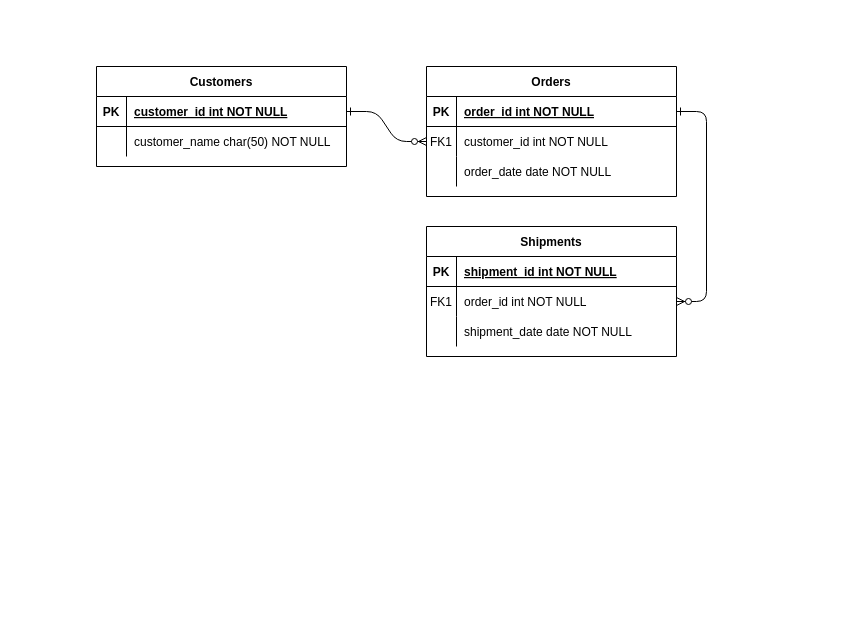
Above: Untitled Diagram.drawio in yanleitao/demo (draw.io), before the change. Source tidied: cells renumbered, new cells numbered last; positions are measured from the earlier drawing's top-left corner, leaving out a move shared by most shapes. Both pictures are drawn from the tidied source at 100%, with x=0, y=0 at pixel (96, 66).
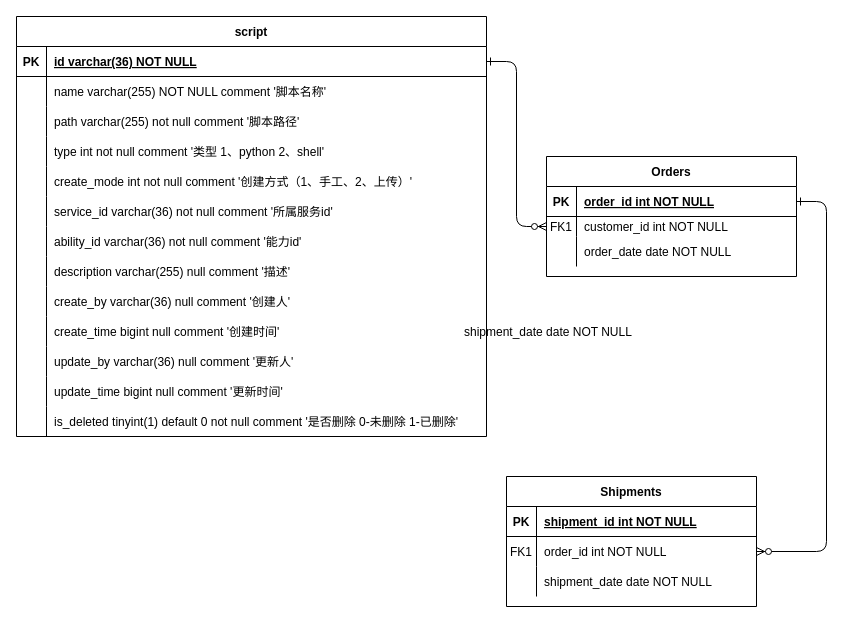
After the change.

Commit message:
脚本管理ER图

What changed in the source:
```diff
@@
     <mxCell id="4" value="Orders" style="shape=table;startSize=30;childLayout=tableLayout;rowLines=0;fontStyle=1;align=center;" parent="1" vertex="1">
-      <mxGeometry x="330" width="250" height="130" as="geometry" />
+      <mxGeometry x="450" y="90" width="250" height="120" as="geometry" />
     </mxCell>
@@
     <mxCell id="8" style="shape=partialRectangle;fillColor=none;points=[[0,0.5],[1,0.5]];portConstraint=eastwest;top=0;left=0;right=0;bottom=0;" parent="4" vertex="1">
-      <mxGeometry y="60" width="250" height="30" as="geometry" />
+      <mxGeometry y="60" width="250" height="20" as="geometry" />
     </mxCell>
     <mxCell id="9" value="FK1" style="shape=partialRectangle;overflow=hidden;fillColor=none;top=0;left=0;bottom=0;right=0;" parent="8" vertex="1">
-      <mxGeometry width="30" height="30" as="geometry" />
+      <mxGeometry width="30" height="20" as="geometry" />
     </mxCell>
     <mxCell id="10" value="customer_id int NOT NULL" style="shape=partialRectangle;overflow=hidden;fillColor=none;top=0;left=0;bottom=0;right=0;align=left;spacingLeft=6;" parent="8" vertex="1">
-      <mxGeometry x="30" width="220" height="30" as="geometry" />
+      <mxGeometry x="30" width="220" height="20" as="geometry" />
     </mxCell>
     <mxCell id="11" style="shape=partialRectangle;fillColor=none;top=0;left=0;right=0;bottom=0;" parent="4" vertex="1">
-      <mxGeometry y="90" width="250" height="30" as="geometry" />
+      <mxGeometry y="80" width="250" height="30" as="geometry" />
     </mxCell>
@@
     <mxCell id="14" value="Shipments" style="shape=table;startSize=30;childLayout=tableLayout;rowLines=0;fontStyle=1;align=center;" parent="1" vertex="1">
-      <mxGeometry x="330" y="160" width="250" height="130" as="geometry" />
+      <mxGeometry x="410" y="410" width="250" height="130" as="geometry" />
     </mxCell>
@@
-    <mxCell id="24" value="Customers" style="shape=table;startSize=30;childLayout=tableLayout;rowLines=0;fontStyle=1;align=center;" parent="1" vertex="1">
-      <mxGeometry width="250" height="100" as="geometry" />
+    <mxCell id="24" value="script" style="shape=table;startSize=30;childLayout=tableLayout;rowLines=0;fontStyle=1;align=center;" parent="1" vertex="1">
+      <mxGeometry x="-80" y="-50" width="470" height="420" as="geometry" />
     </mxCell>
     <mxCell id="25" style="shape=partialRectangle;fillColor=none;points=[[0,0.5],[1,0.5]];portConstraint=eastwest;top=0;left=0;right=0;bottom=1;" parent="24" vertex="1">
-      <mxGeometry y="30" width="250" height="30" as="geometry" />
+      <mxGeometry y="30" width="470" height="30" as="geometry" />
     </mxCell>
@@
-    <mxCell id="27" value="customer_id int NOT NULL " style="shape=partialRectangle;overflow=hidden;fillColor=none;top=0;left=0;bottom=0;right=0;align=left;spacingLeft=6;fontStyle=5;" parent="25" vertex="1">
-      <mxGeometry x="30" width="220" height="30" as="geometry" />
+    <mxCell id="27" value="id varchar(36) NOT NULL " style="shape=partialRectangle;overflow=hidden;fillColor=none;top=0;left=0;bottom=0;right=0;align=left;spacingLeft=6;fontStyle=5;" parent="25" vertex="1">
+      <mxGeometry x="30" width="440" height="30" as="geometry" />
     </mxCell>
     <mxCell id="28" style="shape=partialRectangle;fillColor=none;top=0;left=0;right=0;bottom=0;" parent="24" vertex="1">
-      <mxGeometry y="60" width="250" height="30" as="geometry" />
+      <mxGeometry y="60" width="470" height="30" as="geometry" />
     </mxCell>
@@
-    <mxCell id="30" value="customer_name char(50) NOT NULL" style="shape=partialRectangle;overflow=hidden;fillColor=none;top=0;left=0;bottom=0;right=0;align=left;spacingLeft=6;" parent="28" vertex="1">
-      <mxGeometry x="30" width="220" height="30" as="geometry" />
+    <mxCell id="30" value="name varchar(255) NOT NULL comment '脚本名称'" style="shape=partialRectangle;overflow=hidden;fillColor=none;top=0;left=0;bottom=0;right=0;align=left;spacingLeft=6;" parent="28" vertex="1">
+      <mxGeometry x="30" width="440" height="30" as="geometry" />
     </mxCell>
+    <mxCell id="31" style="shape=tableRow;horizontal=0;startSize=0;swimlaneHead=0;swimlaneBody=0;fillColor=none;top=0;left=0;right=0;bottom=0;" parent="24" vertex="1">
+      <mxGeometry y="90" width="470" height="30" as="geometry" />
+    </mxCell>
+    <mxCell id="32" style="shape=partialRectangle;fillColor=none;top=0;left=0;bottom=0;right=0;overflow=hidden;" parent="31" vertex="1">
+      <mxGeometry width="30" height="30" as="geometry" />
+    </mxCell>
+    <mxCell id="33" value="path        varchar(255)         not null comment '脚本路径'" style="shape=partialRectangle;fillColor=none;top=0;left=0;bottom=0;right=0;align=left;spacingLeft=6;overflow=hidden;" parent="31" vertex="1">
+      <mxGeometry x="30" width="440" height="30" as="geometry" />
+    </mxCell>
+    <mxCell id="34" style="shape=tableRow;horizontal=0;startSize=0;swimlaneHead=0;swimlaneBody=0;fillColor=none;top=0;left=0;right=0;bottom=0;" parent="24" vertex="1">
+      <mxGeometry y="120" width="470" height="30" as="geometry" />
+    </mxCell>
+    <mxCell id="35" style="shape=partialRectangle;fillColor=none;top=0;left=0;bottom=0;right=0;overflow=hidden;" parent="34" vertex="1">
+      <mxGeometry width="30" height="30" as="geometry" />
+    </mxCell>
+    <mxCell id="36" value="type        int                  not null comment '类型 1、python 2、shell'" style="shape=partialRectangle;fillColor=none;top=0;left=0;bottom=0;right=0;align=left;spacingLeft=6;overflow=hidden;" parent="34" vertex="1">
+      <mxGeometry x="30" width="440" height="30" as="geometry" />
+    </mxCell>
+    <mxCell id="37" style="shape=tableRow;horizontal=0;startSize=0;swimlaneHead=0;swimlaneBody=0;fillColor=none;top=0;left=0;right=0;bottom=0;" parent="24" vertex="1">
+      <mxGeometry y="150" width="470" height="30" as="geometry" />
+    </mxCell>
+    <mxCell id="38" style="shape=partialRectangle;fillColor=none;top=0;left=0;bottom=0;right=0;overflow=hidden;" parent="37" vertex="1">
+      <mxGeometry width="30" height="30" as="geometry" />
+    </mxCell>
+    <mxCell id="39" value="create_mode int                  not null comment '创建方式（1、手工、2、上传）'" style="shape=partialRectangle;fillColor=none;top=0;left=0;bottom=0;right=0;align=left;spacingLeft=6;overflow=hidden;" parent="37" vertex="1">
+      <mxGeometry x="30" width="440" height="30" as="geometry" />
+    </mxCell>
+    <mxCell id="40" style="shape=tableRow;horizontal=0;startSize=0;swimlaneHead=0;swimlaneBody=0;fillColor=none;top=0;left=0;right=0;bottom=0;" parent="24" vertex="1">
+      <mxGeometry y="180" width="470" height="30" as="geometry" />
+    </mxCell>
+    <mxCell id="41" style="shape=partialRectangle;fillColor=none;top=0;left=0;bottom=0;right=0;overflow=hidden;" parent="40" vertex="1">
+      <mxGeometry width="30" height="30" as="geometry" />
+    </mxCell>
+    <mxCell id="42" value="service_id  varchar(36)          not null comment '所属服务id'" style="shape=partialRectangle;fillColor=none;top=0;left=0;bottom=0;right=0;align=left;spacingLeft=6;overflow=hidden;" parent="40" vertex="1">
+      <mxGeometry x="30" width="440" height="30" as="geometry" />
+    </mxCell>
+    <mxCell id="43" style="shape=tableRow;horizontal=0;startSize=0;swimlaneHead=0;swimlaneBody=0;fillColor=none;top=0;left=0;right=0;bottom=0;" parent="24" vertex="1">
+      <mxGeometry y="210" width="470" height="30" as="geometry" />
+    </mxCell>
+    <mxCell id="44" style="shape=partialRectangle;fillColor=none;top=0;left=0;bottom=0;right=0;overflow=hidden;" parent="43" vertex="1">
+      <mxGeometry width="30" height="30" as="geometry" />
+    </mxCell>
+    <mxCell id="45" value="ability_id  varchar(36)          not null comment '能力id'" style="shape=partialRectangle;fillColor=none;top=0;left=0;bottom=0;right=0;align=left;spacingLeft=6;overflow=hidden;" parent="43" vertex="1">
+      <mxGeometry x="30" width="440" height="30" as="geometry" />
+    </mxCell>
+    <mxCell id="46" style="shape=tableRow;horizontal=0;startSize=0;swimlaneHead=0;swimlaneBody=0;fillColor=none;top=0;left=0;right=0;bottom=0;" parent="24" vertex="1">
+      <mxGeometry y="240" width="470" height="30" as="geometry" />
+    </mxCell>
+    <mxCell id="47" style="shape=partialRectangle;fillColor=none;top=0;left=0;bottom=0;right=0;overflow=hidden;" parent="46" vertex="1">
+      <mxGeometry width="30" height="30" as="geometry" />
+    </mxCell>
+    <mxCell id="48" value="description varchar(255)         null comment '描述'" style="shape=partialRectangle;fillColor=none;top=0;left=0;bottom=0;right=0;align=left;spacingLeft=6;overflow=hidden;" parent="46" vertex="1">
+      <mxGeometry x="30" width="440" height="30" as="geometry" />
+    </mxCell>
+    <mxCell id="49" style="shape=tableRow;horizontal=0;startSize=0;swimlaneHead=0;swimlaneBody=0;fillColor=none;top=0;left=0;right=0;bottom=0;" parent="24" vertex="1">
+      <mxGeometry y="270" width="470" height="30" as="geometry" />
+    </mxCell>
+    <mxCell id="50" style="shape=partialRectangle;fillColor=none;top=0;left=0;bottom=0;right=0;overflow=hidden;" parent="49" vertex="1">
+      <mxGeometry width="30" height="30" as="geometry" />
+    </mxCell>
+    <mxCell id="51" value="create_by   varchar(36)          null comment '创建人'" style="shape=partialRectangle;fillColor=none;top=0;left=0;bottom=0;right=0;align=left;spacingLeft=6;overflow=hidden;" parent="49" vertex="1">
+      <mxGeometry x="30" width="440" height="30" as="geometry" />
+    </mxCell>
+    <mxCell id="52" style="shape=tableRow;horizontal=0;startSize=0;swimlaneHead=0;swimlaneBody=0;fillColor=none;top=0;left=0;right=0;bottom=0;" parent="24" vertex="1">
+      <mxGeometry y="300" width="470" height="30" as="geometry" />
+    </mxCell>
+    <mxCell id="53" style="shape=partialRectangle;fillColor=none;top=0;left=0;bottom=0;right=0;overflow=hidden;" parent="52" vertex="1">
+      <mxGeometry width="30" height="30" as="geometry" />
+    </mxCell>
+    <mxCell id="54" value="create_time bigint               null comment '创建时间'" style="shape=partialRectangle;fillColor=none;top=0;left=0;bottom=0;right=0;align=left;spacingLeft=6;overflow=hidden;" parent="52" vertex="1">
+      <mxGeometry x="30" width="440" height="30" as="geometry" />
+    </mxCell>
+    <mxCell id="55" style="shape=tableRow;horizontal=0;startSize=0;swimlaneHead=0;swimlaneBody=0;fillColor=none;top=0;left=0;right=0;bottom=0;" parent="24" vertex="1">
+      <mxGeometry y="330" width="470" height="30" as="geometry" />
+    </mxCell>
+    <mxCell id="56" style="shape=partialRectangle;fillColor=none;top=0;left=0;bottom=0;right=0;overflow=hidden;" parent="55" vertex="1">
+      <mxGeometry width="30" height="30" as="geometry" />
+    </mxCell>
+    <mxCell id="57" value="update_by   varchar(36)          null comment '更新人'" style="shape=partialRectangle;fillColor=none;top=0;left=0;bottom=0;right=0;align=left;spacingLeft=6;overflow=hidden;" parent="55" vertex="1">
+      <mxGeometry x="30" width="440" height="30" as="geometry" />
+    </mxCell>
+    <mxCell id="58" style="shape=tableRow;horizontal=0;startSize=0;swimlaneHead=0;swimlaneBody=0;fillColor=none;top=0;left=0;right=0;bottom=0;" parent="24" vertex="1">
+      <mxGeometry y="360" width="470" height="30" as="geometry" />
+    </mxCell>
+    <mxCell id="59" style="shape=partialRectangle;fillColor=none;top=0;left=0;bottom=0;right=0;overflow=hidden;" parent="58" vertex="1">
+      <mxGeometry width="30" height="30" as="geometry" />
+    </mxCell>
+    <mxCell id="60" value="update_time bigint               null comment '更新时间'" style="shape=partialRectangle;fillColor=none;top=0;left=0;bottom=0;right=0;align=left;spacingLeft=6;overflow=hidden;" parent="58" vertex="1">
+      <mxGeometry x="30" width="440" height="30" as="geometry" />
+    </mxCell>
+    <mxCell id="61" style="shape=tableRow;horizontal=0;startSize=0;swimlaneHead=0;swimlaneBody=0;fillColor=none;top=0;left=0;right=0;bottom=0;" parent="24" vertex="1">
+      <mxGeometry y="390" width="470" height="30" as="geometry" />
+    </mxCell>
+    <mxCell id="62" style="shape=partialRectangle;fillColor=none;top=0;left=0;bottom=0;right=0;overflow=hidden;" parent="61" vertex="1">
+      <mxGeometry width="30" height="30" as="geometry" />
+    </mxCell>
+    <mxCell id="63" value="is_deleted  tinyint(1) default 0 not null comment '是否删除 0-未删除 1-已删除'" style="shape=partialRectangle;fillColor=none;top=0;left=0;bottom=0;right=0;align=left;spacingLeft=6;overflow=hidden;" parent="61" vertex="1">
+      <mxGeometry x="30" width="440" height="30" as="geometry" />
+    </mxCell>
+    <mxCell id="64" value="shipment_date date NOT NULL" style="shape=partialRectangle;overflow=hidden;fillColor=none;top=0;left=0;bottom=0;right=0;align=left;spacingLeft=6;" parent="1" vertex="1">
+      <mxGeometry x="360" y="250" width="220" height="30" as="geometry" />
+    </mxCell>
```
